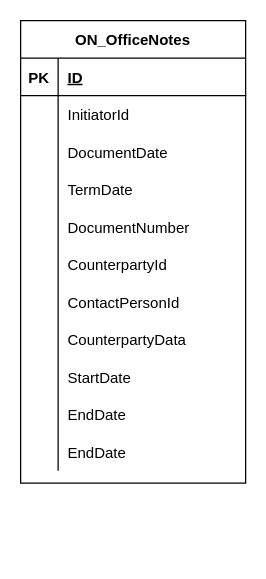
Above: Untitled Diagram.drawio in the-shichko/drawio (draw.io), before the change. Source tidied: cells renumbered, new cells numbered last; positions are measured from the earlier drawing's top-left corner, leaving out a move shared by most shapes. Both pictures are drawn from the tidied source at 125%, with x=0, y=0 at pixel (20, 20).
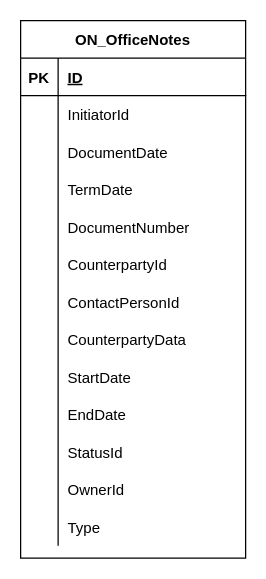
The same page after the edit.

The change refers to these unchanged cells:
```xml
<mxCell id="33" style="shape=partialRectangle;fillColor=none;top=0;left=0;bottom=0;right=0;" parent="2" vertex="1">
  <mxGeometry y="330" width="180" height="30" as="geometry" />
</mxCell>
```

Change to the diagram source:
```diff
@@
     <mxCell id="2" value="ON_OfficeNotes" style="shape=table;startSize=30;childLayout=tableLayout;rowLines=0;fontStyle=1;align=center;" parent="1" vertex="1">
-      <mxGeometry width="180" height="370" as="geometry" />
+      <mxGeometry width="180" height="430" as="geometry" />
     </mxCell>
@@
-    <mxCell id="35" value="EndDate" style="shape=partialRectangle;fillColor=none;top=0;left=0;bottom=0;right=0;align=left;spacingLeft=6;overflow=hidden;" parent="33" vertex="1">
+    <mxCell id="35" value="StatusId" style="shape=partialRectangle;fillColor=none;top=0;left=0;bottom=0;right=0;align=left;spacingLeft=6;overflow=hidden;" parent="33" vertex="1">
       <mxGeometry x="30" width="150" height="30" as="geometry" />
     </mxCell>
+    <mxCell id="36" style="shape=partialRectangle;fillColor=none;top=0;left=0;bottom=0;right=0;" parent="2" vertex="1">
+      <mxGeometry y="360" width="180" height="30" as="geometry" />
+    </mxCell>
+    <mxCell id="37" style="shape=partialRectangle;fillColor=none;top=0;left=0;bottom=0;right=0;overflow=hidden;" parent="36" vertex="1">
+      <mxGeometry width="30" height="30" as="geometry" />
+    </mxCell>
+    <mxCell id="38" value="OwnerId" style="shape=partialRectangle;fillColor=none;top=0;left=0;bottom=0;right=0;align=left;spacingLeft=6;overflow=hidden;" parent="36" vertex="1">
+      <mxGeometry x="30" width="150" height="30" as="geometry" />
+    </mxCell>
+    <mxCell id="39" style="shape=partialRectangle;fillColor=none;top=0;left=0;bottom=0;right=0;" parent="2" vertex="1">
+      <mxGeometry y="390" width="180" height="30" as="geometry" />
+    </mxCell>
+    <mxCell id="40" style="shape=partialRectangle;fillColor=none;top=0;left=0;bottom=0;right=0;overflow=hidden;" parent="39" vertex="1">
+      <mxGeometry width="30" height="30" as="geometry" />
+    </mxCell>
+    <mxCell id="41" value="Type" style="shape=partialRectangle;fillColor=none;top=0;left=0;bottom=0;right=0;align=left;spacingLeft=6;overflow=hidden;" parent="39" vertex="1">
+      <mxGeometry x="30" width="150" height="30" as="geometry" />
+    </mxCell>
```
